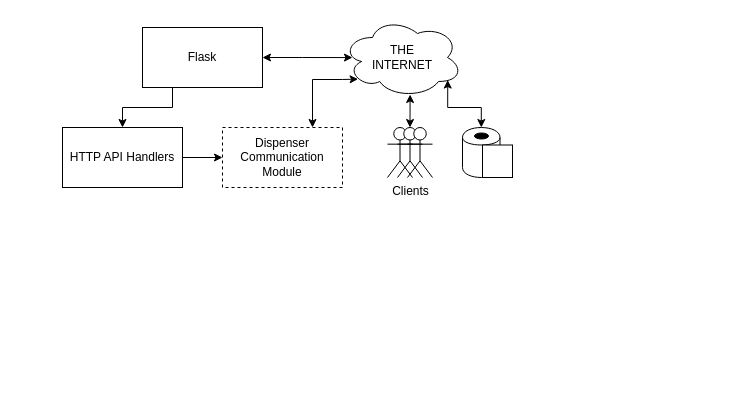
Above: server/doc/diagrams.drawio in ECE2305-Group-25/TPaaS (draw.io), before the change. Source tidied: cells renumbered, new cells numbered last; positions are measured from the earlier drawing's top-left corner, leaving out a move shared by most shapes. Both pictures are drawn from the tidied source at 100%, with x=0, y=0 at pixel (62, 17).
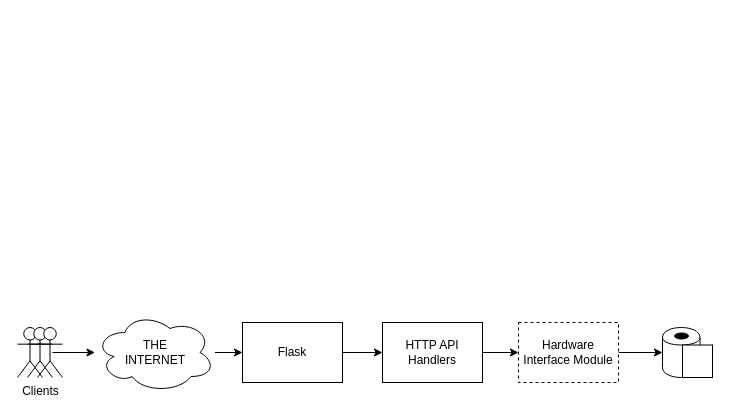
After the change.

Change to the diagram source:
```diff
@@
-    <mxCell id="2" style="edgeStyle=orthogonalEdgeStyle;rounded=0;jettySize=auto;html=1;exitX=1;exitY=0.5;exitDx=0;exitDy=0;entryX=0;entryY=0.5;entryDx=0;entryDy=0;" parent="1" edge="1" source="3" target="8">
-      <mxGeometry relative="1" as="geometry" />
-    </mxCell>
+    <mxCell id="18" style="edgeStyle=orthogonalEdgeStyle;rounded=0;jettySize=auto;html=1;" parent="1" edge="1" source="3" target="22">
+      <mxGeometry relative="1" as="geometry" />
+    </mxCell>
     <mxCell id="3" value="HTTP API Handlers" style="rounded=0;whiteSpace=wrap;html=1;" parent="1" vertex="1">
-      <mxGeometry y="110" width="120" height="60" as="geometry" />
+      <mxGeometry x="320" y="305" width="100" height="60" as="geometry" />
     </mxCell>
-    <mxCell id="4" style="edgeStyle=orthogonalEdgeStyle;rounded=0;jettySize=auto;html=1;exitX=0.25;exitY=1;exitDx=0;exitDy=0;entryX=0.5;entryY=0;entryDx=0;entryDy=0;" parent="1" edge="1" source="6" target="3">
+    <mxCell id="4" style="edgeStyle=orthogonalEdgeStyle;rounded=0;jettySize=auto;html=1;" parent="1" edge="1" source="6" target="3">
       <mxGeometry relative="1" as="geometry" />
     </mxCell>
-    <mxCell id="5" style="edgeStyle=orthogonalEdgeStyle;rounded=0;jettySize=auto;html=1;exitX=1;exitY=0.5;exitDx=0;exitDy=0;entryX=0.083;entryY=0.501;entryDx=0;entryDy=0;entryPerimeter=0;startArrow=classic;startFill=1;" parent="1" edge="1" source="6" target="9">
-      <mxGeometry relative="1" as="geometry" />
-    </mxCell>
     <mxCell id="6" value="Flask" style="rounded=0;whiteSpace=wrap;html=1;" parent="1" vertex="1">
-      <mxGeometry x="80" y="10" width="120" height="60" as="geometry" />
+      <mxGeometry x="180" y="305" width="100" height="60" as="geometry" />
     </mxCell>
-    <mxCell id="7" style="edgeStyle=orthogonalEdgeStyle;rounded=0;jettySize=auto;html=1;exitX=0.75;exitY=0;exitDx=0;exitDy=0;entryX=0.13;entryY=0.77;entryDx=0;entryDy=0;entryPerimeter=0;startArrow=classic;startFill=1;" parent="1" edge="1" source="8" target="9">
-      <mxGeometry relative="1" as="geometry">
-        <Array as="points">
-          <mxPoint x="250" y="62" />
-          <mxPoint x="280" y="62" />
-        </Array>
-      </mxGeometry>
-    </mxCell>
-    <mxCell id="8" value="Dispenser Communication Module" style="rounded=0;whiteSpace=wrap;html=1;dashed=1;" parent="1" vertex="1">
-      <mxGeometry x="160" y="110" width="120" height="60" as="geometry" />
-    </mxCell>
+    <mxCell id="19" style="edgeStyle=orthogonalEdgeStyle;rounded=0;jettySize=auto;html=1;" parent="1" edge="1" source="9" target="6">
+      <mxGeometry relative="1" as="geometry" />
+    </mxCell>
     <mxCell id="9" value="&lt;div&gt;THE&lt;/div&gt;&lt;div&gt;INTERNET&lt;br&gt;&lt;/div&gt;" style="ellipse;shape=cloud;whiteSpace=wrap;html=1;" parent="1" vertex="1">
-      <mxGeometry x="280" width="120" height="80" as="geometry" />
+      <mxGeometry x="32.5" y="295" width="120" height="80" as="geometry" />
     </mxCell>
     <mxCell id="10" style="shape=umlActor;verticalLabelPosition=bottom;labelBackgroundColor=#ffffff;verticalAlign=top;html=1;" parent="1" vertex="1">
-      <mxGeometry x="325" y="110" width="25" height="50" as="geometry" />
+      <mxGeometry x="-45" y="310" width="25" height="50" as="geometry" />
     </mxCell>
-    <mxCell id="11" style="edgeStyle=orthogonalEdgeStyle;rounded=0;jettySize=auto;html=1;exitX=0.5;exitY=0;exitDx=0;exitDy=0;exitPerimeter=0;startArrow=classic;startFill=1;" parent="1" edge="1" source="12">
-      <mxGeometry relative="1" as="geometry">
-        <mxPoint x="347.6" y="77" as="targetPoint" />
-      </mxGeometry>
-    </mxCell>
+    <mxCell id="20" style="edgeStyle=orthogonalEdgeStyle;rounded=0;jettySize=auto;html=1;" parent="1" edge="1" source="12" target="9">
+      <mxGeometry relative="1" as="geometry" />
+    </mxCell>
     <mxCell id="12" value="Clients" style="shape=umlActor;verticalLabelPosition=bottom;labelBackgroundColor=#ffffff;verticalAlign=top;html=1;outlineConnect=0;" parent="1" vertex="1">
-      <mxGeometry x="335" y="110" width="25" height="50" as="geometry" />
+      <mxGeometry x="-35" y="310" width="25" height="50" as="geometry" />
     </mxCell>
     <mxCell id="13" style="shape=umlActor;verticalLabelPosition=bottom;labelBackgroundColor=#ffffff;verticalAlign=top;html=1;" parent="1" vertex="1">
-      <mxGeometry x="345" y="110" width="25" height="50" as="geometry" />
+      <mxGeometry x="-25" y="310" width="25" height="50" as="geometry" />
     </mxCell>
-    <mxCell id="14" style="edgeStyle=orthogonalEdgeStyle;rounded=0;jettySize=auto;html=1;entryX=0.877;entryY=0.782;entryDx=0;entryDy=0;entryPerimeter=0;startArrow=classic;startFill=1;" parent="1" edge="1" source="15" target="9">
-      <mxGeometry relative="1" as="geometry" />
-    </mxCell>
     <mxCell id="15" style="shape=cylinder;whiteSpace=wrap;html=1;boundedLbl=1;backgroundOutline=1;" parent="1" vertex="1">
-      <mxGeometry x="400" y="110" width="37.5" height="50" as="geometry" />
+      <mxGeometry x="600" y="310" width="37.5" height="50" as="geometry" />
     </mxCell>
     <mxCell id="16" style="rounded=0;whiteSpace=wrap;html=1;" parent="1" vertex="1">
-      <mxGeometry x="420" y="127.5" width="30" height="32.5" as="geometry" />
+      <mxGeometry x="620" y="327.5" width="30" height="32.5" as="geometry" />
     </mxCell>
     <mxCell id="17" style="ellipse;whiteSpace=wrap;html=1;fillColor=#000000;" parent="1" vertex="1">
-      <mxGeometry x="412" y="115.5" width="14" height="6" as="geometry" />
+      <mxGeometry x="612" y="315.5" width="14" height="6" as="geometry" />
     </mxCell>
+    <mxCell id="21" style="edgeStyle=orthogonalEdgeStyle;rounded=0;jettySize=auto;html=1;entryX=0;entryY=0.5;entryDx=0;entryDy=0;" parent="1" edge="1" source="22" target="15">
+      <mxGeometry relative="1" as="geometry" />
+    </mxCell>
+    <mxCell id="22" value="Hardware Interface Module" style="rounded=0;whiteSpace=wrap;html=1;dashed=1;" parent="1" vertex="1">
+      <mxGeometry x="456" y="305" width="100" height="60" as="geometry" />
+    </mxCell>
```
